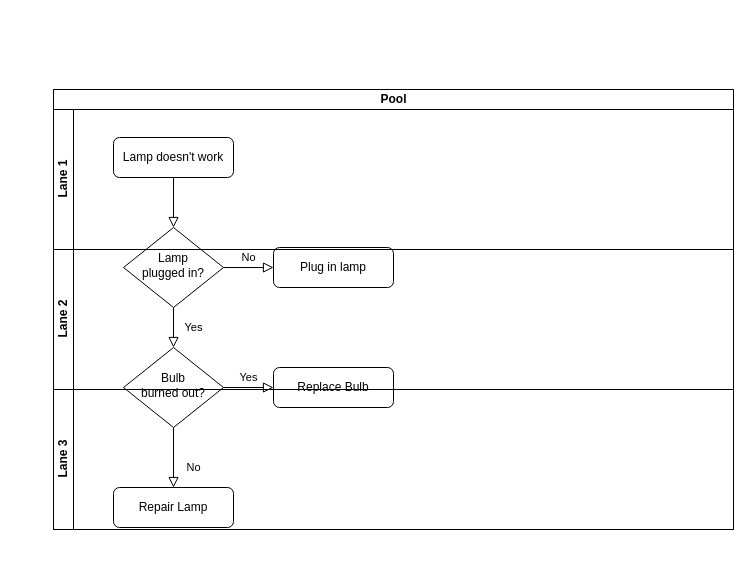
This is get_stock.drawio from sergiocardenasg/financial_data_gem, a draw.io file, before an edit. Source tidied: cells renumbered, new cells numbered last; positions are measured from the earlier drawing's top-left corner, leaving out a move shared by most shapes. Both pictures are drawn from the tidied source at 100%, with x=0, y=0 at pixel (53, 89).
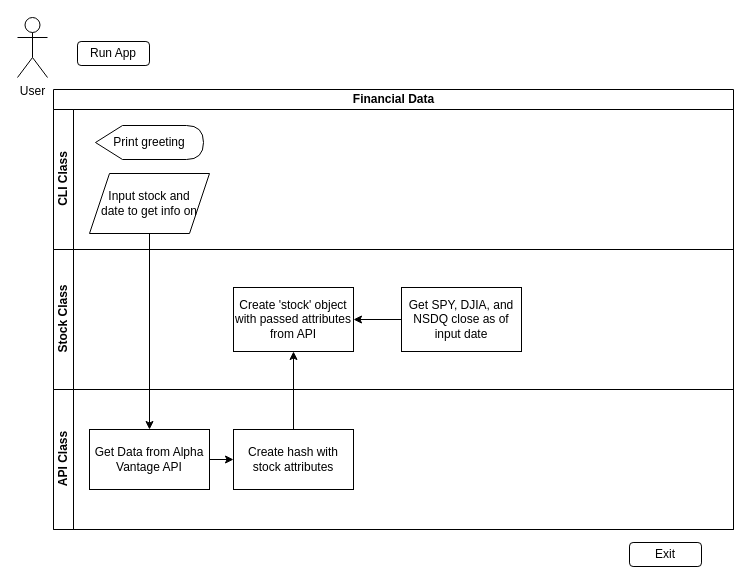
After the change.

The edit, as a diff of the source:
```diff
@@
-    <mxCell id="2" style="rounded=0;html=1;jettySize=auto;fontSize=11;endArrow=block;endFill=0;endSize=8;strokeWidth=1;shadow=0;labelBackgroundColor=none;edgeStyle=orthogonalEdgeStyle;" parent="1" edge="1" source="3" target="6">
-      <mxGeometry relative="1" as="geometry" />
+    <mxCell id="2" style="rounded=0;html=1;jettySize=auto;orthogonalLoop=1;fontSize=11;endArrow=block;endFill=0;endSize=8;strokeWidth=1;shadow=0;labelBackgroundColor=none;edgeStyle=orthogonalEdgeStyle;" parent="1" edge="1">
+      <mxGeometry relative="1" as="geometry">
+        <mxPoint x="136" y="38" as="targetPoint" />
+      </mxGeometry>
     </mxCell>
-    <mxCell id="3" value="Lamp doesn't work" style="rounded=1;whiteSpace=wrap;html=1;fontSize=12;glass=0;strokeWidth=1;shadow=0;" parent="1" vertex="1">
-      <mxGeometry x="60" y="48" width="120" height="40" as="geometry" />
-    </mxCell>
-    <mxCell id="4" value="Yes" style="rounded=0;html=1;jettySize=auto;fontSize=11;endArrow=block;endFill=0;endSize=8;strokeWidth=1;shadow=0;labelBackgroundColor=none;edgeStyle=orthogonalEdgeStyle;" parent="1" edge="1" source="6" target="10">
-      <mxGeometry y="20" relative="1" as="geometry" />
-    </mxCell>
-    <mxCell id="5" value="No" style="edgeStyle=orthogonalEdgeStyle;rounded=0;html=1;jettySize=auto;fontSize=11;endArrow=block;endFill=0;endSize=8;strokeWidth=1;shadow=0;labelBackgroundColor=none;" parent="1" edge="1" source="6" target="7">
-      <mxGeometry y="10" relative="1" as="geometry" />
-    </mxCell>
-    <mxCell id="6" value="Lamp&lt;br&gt;plugged in?" style="rhombus;whiteSpace=wrap;html=1;shadow=0;fontFamily=Helvetica;fontSize=12;align=center;strokeWidth=1;spacing=6;spacingTop=-4;" parent="1" vertex="1">
-      <mxGeometry x="70" y="138" width="100" height="80" as="geometry" />
-    </mxCell>
-    <mxCell id="7" value="Plug in lamp" style="rounded=1;whiteSpace=wrap;html=1;fontSize=12;glass=0;strokeWidth=1;shadow=0;" parent="1" vertex="1">
-      <mxGeometry x="220" y="158" width="120" height="40" as="geometry" />
-    </mxCell>
-    <mxCell id="8" value="No" style="rounded=0;html=1;jettySize=auto;fontSize=11;endArrow=block;endFill=0;endSize=8;strokeWidth=1;shadow=0;labelBackgroundColor=none;edgeStyle=orthogonalEdgeStyle;" parent="1" edge="1" source="10" target="11">
-      <mxGeometry x="0.33" y="20" relative="1" as="geometry" />
+    <mxCell id="8" value="No" style="rounded=0;html=1;jettySize=auto;orthogonalLoop=1;fontSize=11;endArrow=block;endFill=0;endSize=8;strokeWidth=1;shadow=0;labelBackgroundColor=none;edgeStyle=orthogonalEdgeStyle;" parent="1" edge="1">
+      <mxGeometry x="0.33" y="20" relative="1" as="geometry">
+        <mxPoint x="136" y="238" as="sourcePoint" />
+      </mxGeometry>
     </mxCell>
-    <mxCell id="9" value="Yes" style="edgeStyle=orthogonalEdgeStyle;rounded=0;html=1;jettySize=auto;fontSize=11;endArrow=block;endFill=0;endSize=8;strokeWidth=1;shadow=0;labelBackgroundColor=none;" parent="1" edge="1" source="10" target="12">
-      <mxGeometry y="10" relative="1" as="geometry" />
+    <mxCell id="9" value="Yes" style="edgeStyle=orthogonalEdgeStyle;rounded=0;html=1;jettySize=auto;orthogonalLoop=1;fontSize=11;endArrow=block;endFill=0;endSize=8;strokeWidth=1;shadow=0;labelBackgroundColor=none;" parent="1" edge="1">
+      <mxGeometry y="10" relative="1" as="geometry">
+        <mxPoint x="186" y="198" as="sourcePoint" />
+      </mxGeometry>
     </mxCell>
-    <mxCell id="10" value="Bulb&lt;br&gt;burned out?" style="rhombus;whiteSpace=wrap;html=1;shadow=0;fontFamily=Helvetica;fontSize=12;align=center;strokeWidth=1;spacing=6;spacingTop=-4;" parent="1" vertex="1">
-      <mxGeometry x="70" y="258" width="100" height="80" as="geometry" />
-    </mxCell>
-    <mxCell id="11" value="Repair Lamp" style="rounded=1;whiteSpace=wrap;html=1;fontSize=12;glass=0;strokeWidth=1;shadow=0;" parent="1" vertex="1">
-      <mxGeometry x="60" y="398" width="120" height="40" as="geometry" />
-    </mxCell>
-    <mxCell id="12" value="Replace Bulb" style="rounded=1;whiteSpace=wrap;html=1;fontSize=12;glass=0;strokeWidth=1;shadow=0;" parent="1" vertex="1">
-      <mxGeometry x="220" y="278" width="120" height="40" as="geometry" />
-    </mxCell>
+    <mxCell id="17" value="User" style="shape=umlActor;verticalLabelPosition=bottom;verticalAlign=top;html=1;" parent="1" vertex="1">
+      <mxGeometry x="-36" y="-72" width="30" height="60" as="geometry" />
+    </mxCell>
-    <mxCell id="13" value="Pool" style="swimlane;html=1;horizontal=1;startSize=20;" parent="1" vertex="1">
+    <mxCell id="13" value="Financial Data" style="swimlane;html=1;horizontal=1;startSize=20;" parent="1" vertex="1">
       <mxGeometry width="680" height="440" as="geometry" />
     </mxCell>
-    <mxCell id="14" value="Lane 1" style="swimlane;html=1;startSize=20;horizontal=0;" parent="13" vertex="1">
+    <mxCell id="14" value="CLI Class" style="swimlane;html=1;startSize=20;horizontal=0;" parent="13" vertex="1">
       <mxGeometry y="20" width="680" height="140" as="geometry" />
     </mxCell>
+    <mxCell id="18" value="Print greeting" style="shape=display;whiteSpace=wrap;html=1;" parent="14" vertex="1">
+      <mxGeometry x="42" y="16" width="108" height="34" as="geometry" />
+    </mxCell>
+    <mxCell id="19" value="Input stock and&lt;br&gt;date&amp;nbsp;to get info on" style="shape=parallelogram;perimeter=parallelogramPerimeter;whiteSpace=wrap;html=1;fixedSize=1;" parent="14" vertex="1">
+      <mxGeometry x="36" y="64" width="120" height="60" as="geometry" />
+    </mxCell>
-    <mxCell id="15" value="Lane 2" style="swimlane;html=1;startSize=20;horizontal=0;" parent="13" vertex="1">
+    <mxCell id="15" value="Stock Class" style="swimlane;html=1;startSize=20;horizontal=0;" parent="13" vertex="1">
       <mxGeometry y="160" width="680" height="140" as="geometry" />
     </mxCell>
+    <mxCell id="20" value="Get SPY, DJIA, and NSDQ close as of input date" style="rounded=0;whiteSpace=wrap;html=1;" parent="15" vertex="1">
+      <mxGeometry x="348" y="38" width="120" height="64" as="geometry" />
+    </mxCell>
+    <mxCell id="21" value="Create 'stock' object with passed attributes from API" style="rounded=0;whiteSpace=wrap;html=1;" parent="15" vertex="1">
+      <mxGeometry x="180" y="38" width="120" height="64" as="geometry" />
+    </mxCell>
+    <mxCell id="22" style="endArrow=classic;html=1;entryX=1;entryY=0.5;entryDx=0;entryDy=0;exitX=0;exitY=0.5;exitDx=0;exitDy=0;" parent="15" edge="1" source="20" target="21">
+      <mxGeometry relative="1" as="geometry" />
+    </mxCell>
-    <mxCell id="16" value="Lane 3" style="swimlane;html=1;startSize=20;horizontal=0;" parent="13" vertex="1">
+    <mxCell id="16" value="API Class" style="swimlane;html=1;startSize=20;horizontal=0;" parent="13" vertex="1">
       <mxGeometry y="300" width="680" height="140" as="geometry" />
     </mxCell>
+    <mxCell id="23" value="Create hash with stock attributes" style="rounded=0;whiteSpace=wrap;html=1;" parent="16" vertex="1">
+      <mxGeometry x="180" y="40" width="120" height="60" as="geometry" />
+    </mxCell>
+    <mxCell id="24" value="Get Data from Alpha Vantage API" style="rounded=0;whiteSpace=wrap;html=1;" parent="16" vertex="1">
+      <mxGeometry x="36" y="40" width="120" height="60" as="geometry" />
+    </mxCell>
+    <mxCell id="25" style="endArrow=classic;html=1;exitX=1;exitY=0.5;exitDx=0;exitDy=0;entryX=0;entryY=0.5;entryDx=0;entryDy=0;" parent="16" edge="1" source="24" target="23">
+      <mxGeometry relative="1" as="geometry" />
+    </mxCell>
+    <mxCell id="26" style="endArrow=classic;html=1;exitX=0.5;exitY=1;exitDx=0;exitDy=0;entryX=0.5;entryY=0;entryDx=0;entryDy=0;" parent="13" edge="1" source="19" target="24">
+      <mxGeometry relative="1" as="geometry" />
+    </mxCell>
+    <mxCell id="27" style="endArrow=classic;html=1;exitX=0.5;exitY=0;exitDx=0;exitDy=0;entryX=0.5;entryY=1;entryDx=0;entryDy=0;" parent="13" edge="1" source="23" target="21">
+      <mxGeometry relative="1" as="geometry" />
+    </mxCell>
+    <mxCell id="28" value="Run App" style="rounded=1;whiteSpace=wrap;html=1;" parent="1" vertex="1">
+      <mxGeometry x="24" y="-48" width="72" height="24" as="geometry" />
+    </mxCell>
+    <mxCell id="29" value="Exit" style="rounded=1;whiteSpace=wrap;html=1;" parent="1" vertex="1">
+      <mxGeometry x="576" y="453" width="72" height="24" as="geometry" />
+    </mxCell>
```
